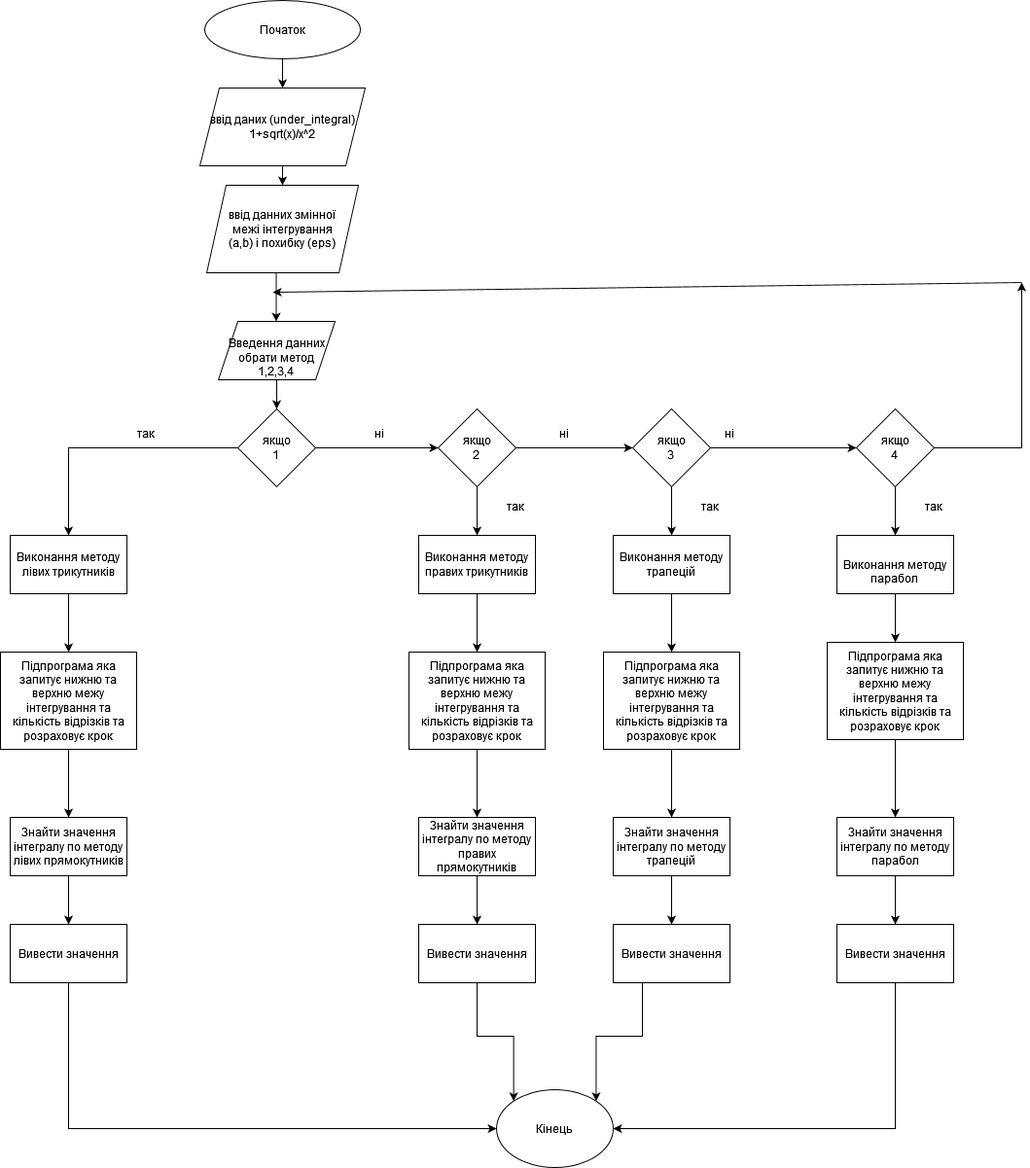
Above: Луцкевич_Володимир_РЕ-12_Схема_.drawio.png in VolodymyrLutskevych-PE-12/Lab_2_Volodymyr-Lutskevych_PE-12_-1- (draw.io), before the change. Source tidied: cells renumbered, new cells last; positions are measured from the earlier drawing's top-left corner, leaving out a move shared by most shapes.
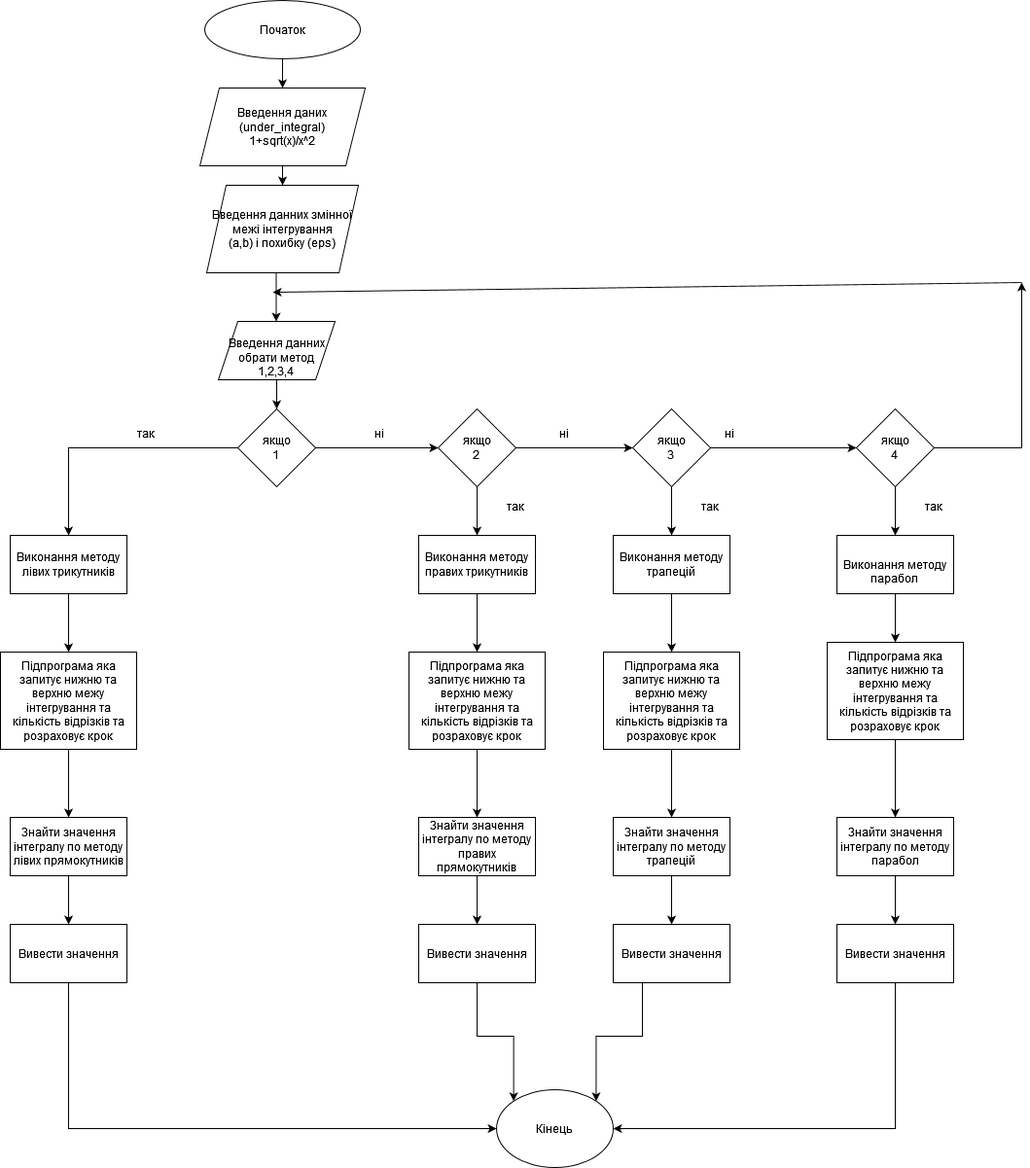
Later version of the same file.

What changed in the source:
```diff
@@ -17,10 +17,10 @@
     <mxCell id="5" style="edgeStyle=orthogonalEdgeStyle;rounded=0;jettySize=auto;html=1;exitX=0.5;exitY=1;exitDx=0;exitDy=0;" parent="1" edge="1" source="6" target="7">
       <mxGeometry relative="1" as="geometry" />
     </mxCell>
-    <mxCell id="6" value="&lt;div&gt;ввід даних (under_integral)&lt;/div&gt;&lt;div&gt;1+sqrt(x)/x^2&lt;br&gt;&lt;/div&gt;" style="shape=parallelogram;perimeter=parallelogramPerimeter;whiteSpace=wrap;html=1;fixedSize=1;" parent="1" vertex="1">
+    <mxCell id="6" value="&lt;div&gt;Введення даних (under_integral)&lt;/div&gt;&lt;div&gt;1+sqrt(x)/x^2&lt;br&gt;&lt;/div&gt;" style="shape=parallelogram;perimeter=parallelogramPerimeter;whiteSpace=wrap;html=1;fixedSize=1;" parent="1" vertex="1">
       <mxGeometry x="205" y="90" width="170" height="80" as="geometry" />
     </mxCell>
-    <mxCell id="7" value="ввід данних змінної &lt;div&gt;межі інтегрування &lt;/div&gt;(a,b) і похибку (eps) " style="shape=parallelogram;perimeter=parallelogramPerimeter;whiteSpace=wrap;html=1;fixedSize=1;" parent="1" vertex="1">
+    <mxCell id="7" value="Введення данних змінної &lt;div&gt;межі інтегрування &lt;/div&gt;(a,b) і похибку (eps) " style="shape=parallelogram;perimeter=parallelogramPerimeter;whiteSpace=wrap;html=1;fixedSize=1;" parent="1" vertex="1">
       <mxGeometry x="212" y="190" width="156" height="90" as="geometry" />
     </mxCell>
     <mxCell id="8" style="edgeStyle=orthogonalEdgeStyle;rounded=0;jettySize=auto;html=1;exitX=0.5;exitY=1;exitDx=0;exitDy=0;entryX=0.5;entryY=0;entryDx=0;entryDy=0;" parent="1" edge="1" source="9" target="12">
```
